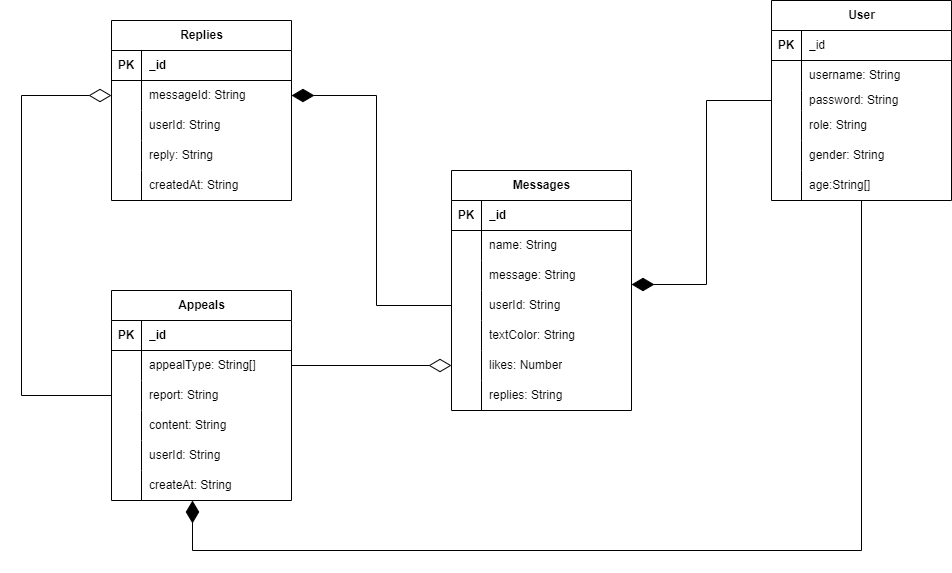
skwpg6830/- keeps this draw.io diagram as 資料庫.drawio.png. Above is the earlier version. Source tidied: cells renumbered, new cells last; positions are measured from the earlier drawing's top-left corner, leaving out a move shared by most shapes.
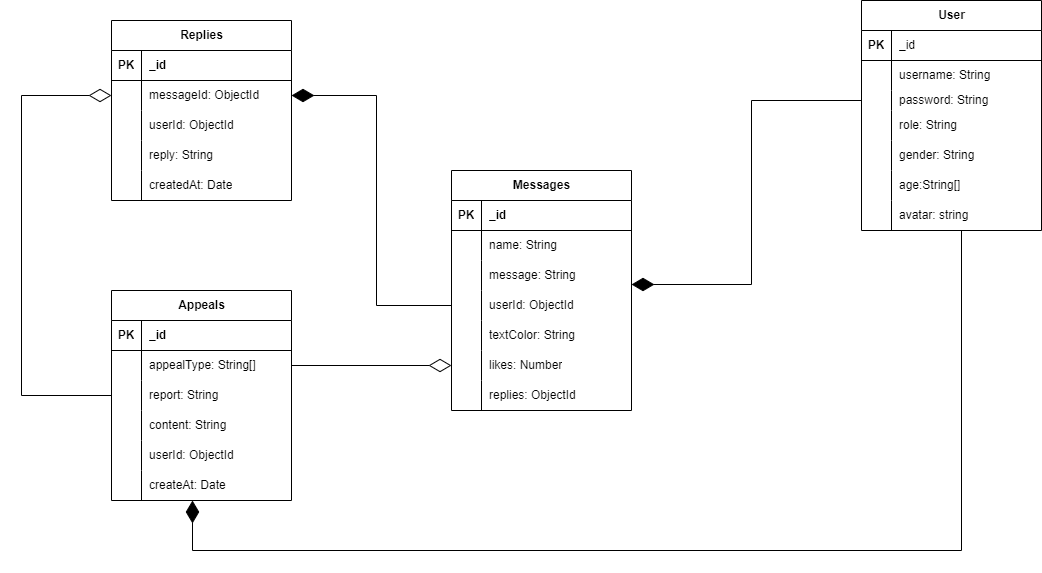
After the commit.

The edit, as a diff of the source:
```diff
@@ -3,7 +3,7 @@
     <mxCell id="0" />
     <mxCell id="1" parent="0" />
     <mxCell id="2" value="User" style="shape=table;startSize=30;rowLines=0;fontStyle=1;align=center;html=1;" parent="1" vertex="1">
-      <mxGeometry x="750" width="180" height="200" as="geometry" />
+      <mxGeometry x="840" width="180" height="230" as="geometry" />
     </mxCell>
     <mxCell id="3" style="shape=tableRow;horizontal=0;startSize=0;swimlaneHead=0;swimlaneBody=0;fillColor=none;top=0;left=0;right=0;bottom=1;" parent="2" vertex="1">
       <mxGeometry y="30" width="180" height="30" as="geometry" />
@@ -59,6 +59,15 @@
     <mxCell id="20" value="age:String[]" style="shape=partialRectangle;fillColor=none;top=0;left=0;bottom=0;right=0;align=left;spacingLeft=6;overflow=hidden;whiteSpace=wrap;html=1;" parent="18" vertex="1">
       <mxGeometry x="30" width="150" height="30" as="geometry" />
     </mxCell>
+    <mxCell id="83" style="shape=tableRow;horizontal=0;startSize=0;swimlaneHead=0;swimlaneBody=0;fillColor=none;top=0;left=0;right=0;bottom=0;" parent="2" vertex="1">
+      <mxGeometry y="200" width="180" height="30" as="geometry" />
+    </mxCell>
+    <mxCell id="84" style="shape=partialRectangle;fillColor=none;top=0;left=0;bottom=0;right=0;overflow=hidden;whiteSpace=wrap;html=1;" parent="83" vertex="1">
+      <mxGeometry width="30" height="30" as="geometry" />
+    </mxCell>
+    <mxCell id="85" value="avatar: string" style="shape=partialRectangle;fillColor=none;top=0;left=0;bottom=0;right=0;align=left;spacingLeft=6;overflow=hidden;whiteSpace=wrap;html=1;" parent="83" vertex="1">
+      <mxGeometry x="30" width="150" height="30" as="geometry" />
+    </mxCell>
     <mxCell id="21" value="Messages" style="shape=table;startSize=30;rowLines=0;fontStyle=1;align=center;html=1;" parent="1" vertex="1">
       <mxGeometry x="430" y="170" width="180" height="240" as="geometry" />
     </mxCell>
@@ -95,7 +104,7 @@
     <mxCell id="32" style="shape=partialRectangle;fillColor=none;top=0;left=0;bottom=0;right=0;overflow=hidden;whiteSpace=wrap;html=1;" parent="31" vertex="1">
       <mxGeometry width="30" height="30" as="geometry" />
     </mxCell>
-    <mxCell id="33" value="userId: String" style="shape=partialRectangle;fillColor=none;top=0;left=0;bottom=0;right=0;align=left;spacingLeft=6;overflow=hidden;whiteSpace=wrap;html=1;" parent="31" vertex="1">
+    <mxCell id="33" value="userId: ObjectId" style="shape=partialRectangle;fillColor=none;top=0;left=0;bottom=0;right=0;align=left;spacingLeft=6;overflow=hidden;whiteSpace=wrap;html=1;" parent="31" vertex="1">
       <mxGeometry x="30" width="150" height="30" as="geometry" />
     </mxCell>
     <mxCell id="34" style="shape=tableRow;horizontal=0;startSize=0;swimlaneHead=0;swimlaneBody=0;fillColor=none;top=0;left=0;right=0;bottom=0;" parent="21" vertex="1">
@@ -122,7 +131,7 @@
     <mxCell id="41" style="shape=partialRectangle;fillColor=none;top=0;left=0;bottom=0;right=0;overflow=hidden;whiteSpace=wrap;html=1;" parent="40" vertex="1">
       <mxGeometry width="30" height="30" as="geometry" />
     </mxCell>
-    <mxCell id="42" value="replies: String" style="shape=partialRectangle;fillColor=none;top=0;left=0;bottom=0;right=0;align=left;spacingLeft=6;overflow=hidden;whiteSpace=wrap;html=1;" parent="40" vertex="1">
+    <mxCell id="42" value="replies: ObjectId" style="shape=partialRectangle;fillColor=none;top=0;left=0;bottom=0;right=0;align=left;spacingLeft=6;overflow=hidden;whiteSpace=wrap;html=1;" parent="40" vertex="1">
       <mxGeometry x="30" width="150" height="30" as="geometry" />
     </mxCell>
     <mxCell id="43" value="Replies" style="shape=table;startSize=30;rowLines=0;fontStyle=1;align=center;html=1;" parent="1" vertex="1">
@@ -143,7 +152,7 @@
     <mxCell id="48" style="shape=partialRectangle;fillColor=none;top=0;left=0;bottom=0;right=0;overflow=hidden;whiteSpace=wrap;html=1;" parent="47" vertex="1">
       <mxGeometry width="30" height="30" as="geometry" />
     </mxCell>
-    <mxCell id="49" value="messageId: String" style="shape=partialRectangle;fillColor=none;top=0;left=0;bottom=0;right=0;align=left;spacingLeft=6;overflow=hidden;whiteSpace=wrap;html=1;" parent="47" vertex="1">
+    <mxCell id="49" value="messageId: ObjectId" style="shape=partialRectangle;fillColor=none;top=0;left=0;bottom=0;right=0;align=left;spacingLeft=6;overflow=hidden;whiteSpace=wrap;html=1;" parent="47" vertex="1">
       <mxGeometry x="30" width="150" height="30" as="geometry" />
     </mxCell>
     <mxCell id="50" style="shape=tableRow;horizontal=0;startSize=0;swimlaneHead=0;swimlaneBody=0;fillColor=none;top=0;left=0;right=0;bottom=0;" parent="43" vertex="1">
@@ -152,7 +161,7 @@
     <mxCell id="51" style="shape=partialRectangle;fillColor=none;top=0;left=0;bottom=0;right=0;overflow=hidden;whiteSpace=wrap;html=1;" parent="50" vertex="1">
       <mxGeometry width="30" height="30" as="geometry" />
     </mxCell>
-    <mxCell id="52" value="userId: String" style="shape=partialRectangle;fillColor=none;top=0;left=0;bottom=0;right=0;align=left;spacingLeft=6;overflow=hidden;whiteSpace=wrap;html=1;" parent="50" vertex="1">
+    <mxCell id="52" value="userId: ObjectId" style="shape=partialRectangle;fillColor=none;top=0;left=0;bottom=0;right=0;align=left;spacingLeft=6;overflow=hidden;whiteSpace=wrap;html=1;" parent="50" vertex="1">
       <mxGeometry x="30" width="150" height="30" as="geometry" />
     </mxCell>
     <mxCell id="53" style="shape=tableRow;horizontal=0;startSize=0;swimlaneHead=0;swimlaneBody=0;fillColor=none;top=0;left=0;right=0;bottom=0;" parent="43" vertex="1">
@@ -170,7 +179,7 @@
     <mxCell id="57" style="shape=partialRectangle;fillColor=none;top=0;left=0;bottom=0;right=0;overflow=hidden;whiteSpace=wrap;html=1;" parent="56" vertex="1">
       <mxGeometry width="30" height="30" as="geometry" />
     </mxCell>
-    <mxCell id="58" value="createdAt: String" style="shape=partialRectangle;fillColor=none;top=0;left=0;bottom=0;right=0;align=left;spacingLeft=6;overflow=hidden;whiteSpace=wrap;html=1;" parent="56" vertex="1">
+    <mxCell id="58" value="createdAt: Date" style="shape=partialRectangle;fillColor=none;top=0;left=0;bottom=0;right=0;align=left;spacingLeft=6;overflow=hidden;whiteSpace=wrap;html=1;" parent="56" vertex="1">
       <mxGeometry x="30" width="150" height="30" as="geometry" />
     </mxCell>
     <mxCell id="59" value="Appeals" style="shape=table;startSize=30;rowLines=0;fontStyle=1;align=center;html=1;" parent="1" vertex="1">
@@ -218,7 +227,7 @@
     <mxCell id="73" style="shape=partialRectangle;fillColor=none;top=0;left=0;bottom=0;right=0;overflow=hidden;whiteSpace=wrap;html=1;" parent="72" vertex="1">
       <mxGeometry width="30" height="30" as="geometry" />
     </mxCell>
-    <mxCell id="74" value="userId: String" style="shape=partialRectangle;fillColor=none;top=0;left=0;bottom=0;right=0;align=left;spacingLeft=6;overflow=hidden;whiteSpace=wrap;html=1;" parent="72" vertex="1">
+    <mxCell id="74" value="userId: ObjectId" style="shape=partialRectangle;fillColor=none;top=0;left=0;bottom=0;right=0;align=left;spacingLeft=6;overflow=hidden;whiteSpace=wrap;html=1;" parent="72" vertex="1">
       <mxGeometry x="30" width="150" height="30" as="geometry" />
     </mxCell>
     <mxCell id="75" style="shape=tableRow;horizontal=0;startSize=0;swimlaneHead=0;swimlaneBody=0;fillColor=none;top=0;left=0;right=0;bottom=0;" parent="59" vertex="1">
@@ -227,7 +236,7 @@
     <mxCell id="76" style="shape=partialRectangle;fillColor=none;top=0;left=0;bottom=0;right=0;overflow=hidden;whiteSpace=wrap;html=1;" parent="75" vertex="1">
       <mxGeometry width="30" height="30" as="geometry" />
     </mxCell>
-    <mxCell id="77" value="createAt: String" style="shape=partialRectangle;fillColor=none;top=0;left=0;bottom=0;right=0;align=left;spacingLeft=6;overflow=hidden;whiteSpace=wrap;html=1;" parent="75" vertex="1">
+    <mxCell id="77" value="createAt: Date" style="shape=partialRectangle;fillColor=none;top=0;left=0;bottom=0;right=0;align=left;spacingLeft=6;overflow=hidden;whiteSpace=wrap;html=1;" parent="75" vertex="1">
       <mxGeometry x="30" width="150" height="30" as="geometry" />
     </mxCell>
     <mxCell id="78" style="edgeStyle=orthogonalEdgeStyle;rounded=0;jettySize=auto;html=1;entryX=1;entryY=0.8;entryDx=0;entryDy=0;entryPerimeter=0;endArrow=diamondThin;endFill=1;endSize=20;" parent="1" edge="1" source="9" target="28">
@@ -237,7 +246,7 @@
       <mxGeometry relative="1" as="geometry">
         <mxPoint x="171" y="500" as="targetPoint" />
         <Array as="points">
-          <mxPoint x="840" y="550" />
+          <mxPoint x="940" y="550" />
           <mxPoint x="171" y="550" />
         </Array>
       </mxGeometry>
```
